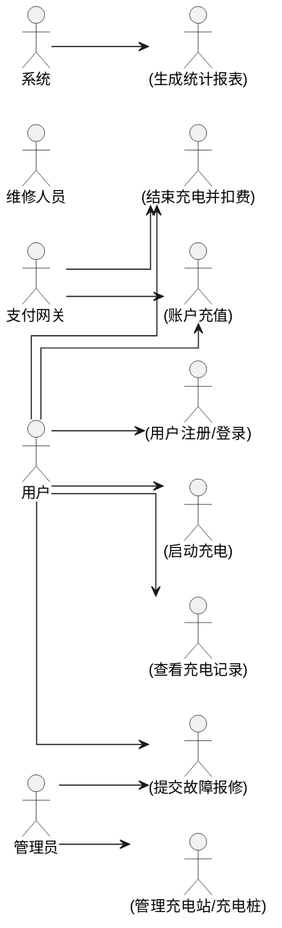
greenhandzdl/charging-station-doc keeps this PlantUML diagram as usecase/docs/overview/img/usecase_overall.svg. Above is the earlier version. Source of this version:
```plantuml
@startuml
left to right direction
skinparam linetype ortho


actor "用户" as U
actor "管理员" as A
actor "维修人员" as M
actor "支付网关" as P
actor "系统" as S

actor "用户" as U
actor "管理员" as A
actor "支付网关" as P
actor "系统" as S

"(用户注册/登录)" as UC
"(账户充值)" as RA
"(启动充电)" as SC
"(结束充电并扣费)" as EC
"(查看充电记录)" as VCR
"(管理充电站/充电桩)" as MM
"(提交故障报修)" as SRT
"(生成统计报表)" as GS

U --> UC
U --> RA
U --> SC
U --> EC
U --> VCR
U --> SRT

A --> MM
A --> SRT

P --> RA
P --> EC

S --> GS
@enduml
```
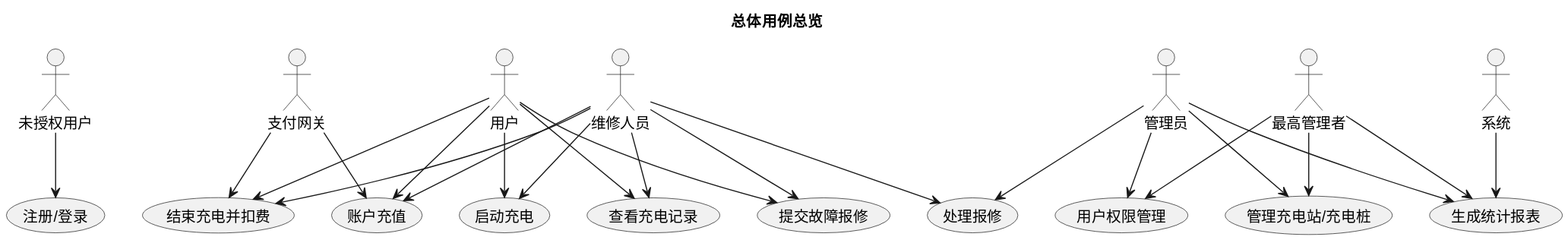
The same file after the commit.

Diff of the diagram source:
```diff
@@ -1,40 +1,50 @@
 @startuml
-left to right direction
-skinparam linetype ortho
+title 总体用例总览
+skinparam useCaseShape rectangle
 
-
+actor "未授权用户" as G
 actor "用户" as U
+actor "维修人员" as M
 actor "管理员" as A
-actor "维修人员" as M
+actor "最高管理者" as SA
 actor "支付网关" as P
 actor "系统" as S
 
-actor "用户" as U
-actor "管理员" as A
-actor "支付网关" as P
-actor "系统" as S
+usecase "注册/登录" as UC
+usecase "账户充值" as RA
+usecase "启动充电" as SC
+usecase "结束充电并扣费" as EC
+usecase "查看充电记录" as VCR
+usecase "提交故障报修" as SRT
+usecase "管理充电站/充电桩" as MM
+usecase "用户权限管理" as PM
+usecase "处理报修" as HR
+usecase "生成统计报表" as GS
 
-"(用户注册/登录)" as UC
-"(账户充值)" as RA
-"(启动充电)" as SC
-"(结束充电并扣费)" as EC
-"(查看充电记录)" as VCR
-"(管理充电站/充电桩)" as MM
-"(提交故障报修)" as SRT
-"(生成统计报表)" as GS
+G --> UC
 
-U --> UC
 U --> RA
 U --> SC
 U --> EC
 U --> VCR
 U --> SRT
 
+M --> RA
+M --> SC
+M --> EC
+M --> VCR
+M --> SRT
+M --> HR
+
 A --> MM
-A --> SRT
+A --> PM
+A --> HR
+A --> GS
+SA --> MM
+SA --> PM
+SA --> GS
 
 P --> RA
 P --> EC
-
 S --> GS
 @enduml
```
